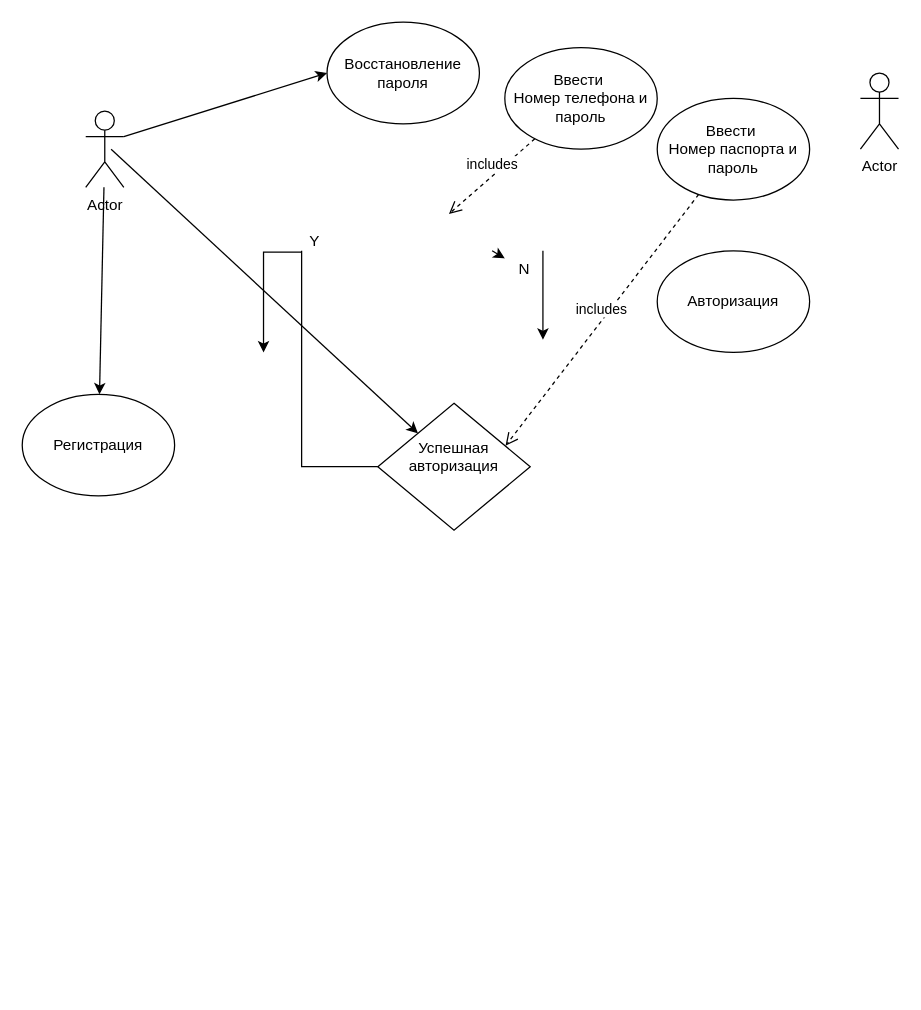
lanouri/AQARogozhina keeps this draw.io diagram as Диаграмма без названия.drawio. Above is the earlier version. Source tidied: cells renumbered, new cells numbered last; positions are measured from the earlier drawing's top-left corner, leaving out a move shared by most shapes. Both pictures are drawn from the tidied source at 127%, with x=0, y=0 at pixel (22, 22).
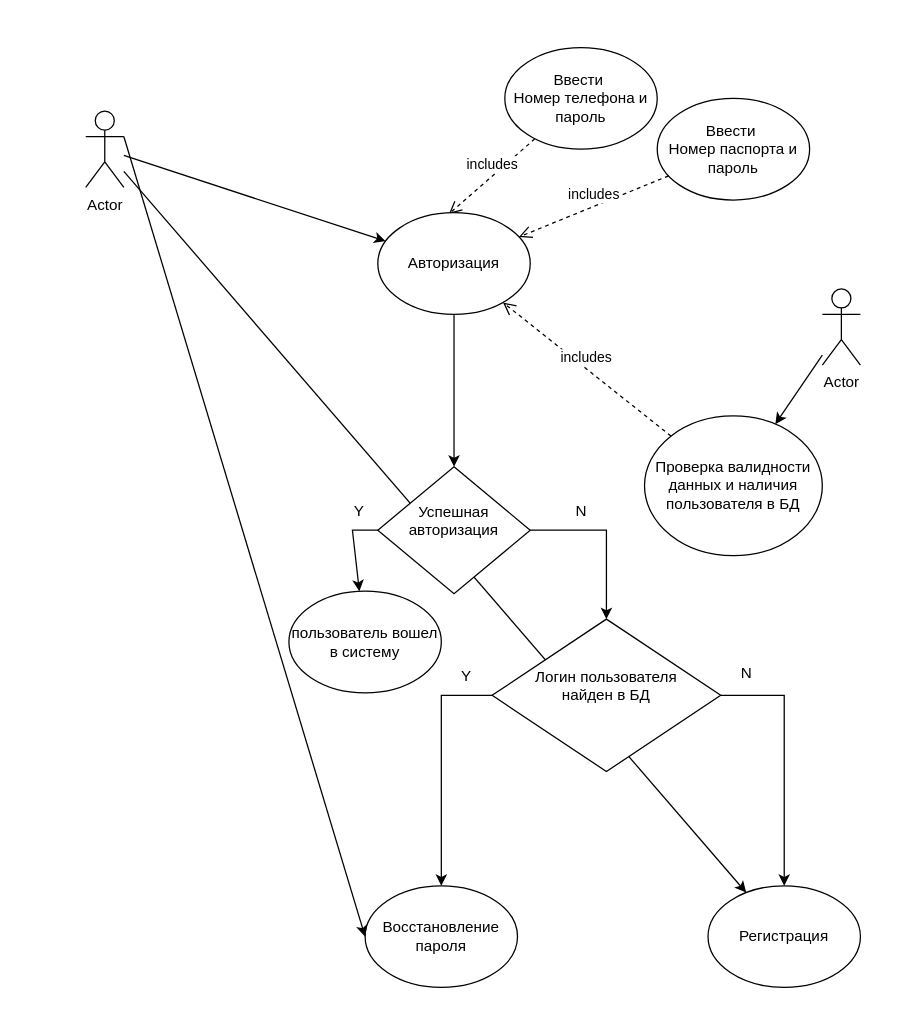
The same page after the edit.

Unchanged cells that the change refers to:
```xml
<mxCell id="2" value="Actor" style="shape=umlActor;verticalLabelPosition=bottom;verticalAlign=top;html=1;outlineConnect=0;" parent="1" vertex="1">
  <mxGeometry x="50" y="70" width="30" height="60" as="geometry" />
</mxCell>
<mxCell id="7" value="Ввести&amp;nbsp;&lt;div&gt;Номер паспорта и пароль&lt;/div&gt;" style="ellipse;whiteSpace=wrap;html=1;" parent="1" vertex="1">
  <mxGeometry x="500" y="60" width="120" height="80" as="geometry" />
</mxCell>
```

Change to the diagram source:
```diff
@@
     <mxCell id="3" value="Actor" style="shape=umlActor;verticalLabelPosition=bottom;verticalAlign=top;html=1;outlineConnect=0;" parent="1" vertex="1">
-      <mxGeometry x="660" y="40" width="30" height="60" as="geometry" />
+      <mxGeometry x="630" y="210" width="30" height="60" as="geometry" />
     </mxCell>
     <mxCell id="4" value="Регистрация" style="ellipse;whiteSpace=wrap;html=1;" parent="1" vertex="1">
-      <mxGeometry y="293" width="120" height="80" as="geometry" />
+      <mxGeometry x="540" y="680" width="120" height="80" as="geometry" />
     </mxCell>
     <mxCell id="5" value="Восстановление пароля" style="ellipse;whiteSpace=wrap;html=1;" parent="1" vertex="1">
-      <mxGeometry x="240" width="120" height="80" as="geometry" />
+      <mxGeometry x="270" y="680" width="120" height="80" as="geometry" />
     </mxCell>
@@
-    <mxCell id="8" style="endArrow=classic;html=1;rounded=0;" parent="1" edge="1" target="14">
-      <mxGeometry relative="1" as="geometry">
-        <mxPoint x="70" y="100" as="sourcePoint" />
-      </mxGeometry>
-    </mxCell>
@@
-    <mxCell id="12" value="includes" style="html=1;verticalAlign=bottom;endArrow=open;dashed=1;endSize=8;curved=0;rounded=0;entryX=0.838;entryY=0.335;entryDx=0;entryDy=0;entryPerimeter=0;" parent="1" edge="1" source="7" target="14">
+    <mxCell id="12" value="includes" style="html=1;verticalAlign=bottom;endArrow=open;dashed=1;endSize=8;curved=0;rounded=0;" parent="1" edge="1" source="7" target="17">
       <mxGeometry relative="1" as="geometry" />
     </mxCell>
-    <mxCell id="13" style="edgeStyle=orthogonalEdgeStyle;rounded=0;jettySize=auto;html=1;exitX=0;exitY=0.5;exitDx=0;exitDy=0;" parent="1" edge="1" source="14">
-      <mxGeometry relative="1" as="geometry">
-        <mxPoint x="190" y="260" as="targetPoint" />
-        <Array as="points">
-          <mxPoint x="220" y="180" />
-          <mxPoint x="220" y="181" />
-          <mxPoint x="190" y="181" />
-          <mxPoint x="190" y="240" />
-        </Array>
-      </mxGeometry>
-    </mxCell>
     <mxCell id="14" value="Успешная авторизация&lt;div&gt;&lt;br&gt;&lt;/div&gt;" style="rhombus;whiteSpace=wrap;html=1;" parent="1" vertex="1">
-      <mxGeometry x="280" y="300" width="120" height="100" as="geometry" />
+      <mxGeometry x="280" y="350" width="120" height="100" as="geometry" />
     </mxCell>
-    <mxCell id="15" style="endArrow=classic;html=1;rounded=0;" parent="1" edge="1" source="19">
-      <mxGeometry relative="1" as="geometry">
-        <mxPoint x="410" y="250" as="targetPoint" />
-        <Array as="points">
-          <mxPoint x="410" y="180" />
-        </Array>
-      </mxGeometry>
-    </mxCell>
     <mxCell id="16" value="Y" style="text;html=1;align=center;verticalAlign=middle;strokeColor=none;fillColor=none;" parent="1" vertex="1">
-      <mxGeometry x="215" y="158" width="30" height="30" as="geometry" />
+      <mxGeometry x="250" y="370" width="30" height="30" as="geometry" />
     </mxCell>
     <mxCell id="17" value="Авторизация" style="ellipse;whiteSpace=wrap;html=1;" parent="1" vertex="1">
-      <mxGeometry x="500" y="180" width="120" height="80" as="geometry" />
+      <mxGeometry x="280" y="150" width="120" height="80" as="geometry" />
     </mxCell>
-    <mxCell id="18" style="endArrow=classic;html=1;rounded=0;" parent="1" edge="1" target="19">
-      <mxGeometry relative="1" as="geometry">
-        <mxPoint x="370" y="180" as="sourcePoint" />
-      </mxGeometry>
-    </mxCell>
     <mxCell id="19" value="N" style="text;html=1;align=center;verticalAlign=middle;points=[];strokeColor=none;fillColor=none;" parent="1" vertex="1">
-      <mxGeometry x="380" y="180" width="30" height="30" as="geometry" />
+      <mxGeometry x="425" y="370" width="30" height="30" as="geometry" />
     </mxCell>
+    <mxCell id="20" value="Проверка валидности данных и наличия пользователя в БД" style="ellipse;whiteSpace=wrap;html=1;" parent="1" vertex="1">
+      <mxGeometry x="490" y="310" width="140" height="110" as="geometry" />
+    </mxCell>
+    <mxCell id="21" style="endArrow=classic;html=1;rounded=0;" parent="1" edge="1" source="3" target="20">
+      <mxGeometry relative="1" as="geometry" />
+    </mxCell>
+    <mxCell id="22" value="includes" style="html=1;verticalAlign=bottom;endArrow=open;dashed=1;endSize=8;curved=0;rounded=0;" parent="1" edge="1" source="20" target="17">
+      <mxGeometry relative="1" as="geometry" />
+    </mxCell>
+    <mxCell id="23" style="endArrow=classic;html=1;rounded=0;" parent="1" edge="1" source="17" target="14">
+      <mxGeometry relative="1" as="geometry" />
+    </mxCell>
+    <mxCell id="24" style="endArrow=classic;html=1;rounded=0;" parent="1" edge="1">
+      <mxGeometry relative="1" as="geometry">
+        <mxPoint x="400" y="400" as="sourcePoint" />
+        <mxPoint x="460" y="470" as="targetPoint" />
+        <Array as="points">
+          <mxPoint x="460" y="400" />
+        </Array>
+      </mxGeometry>
+    </mxCell>
+    <mxCell id="25" style="endArrow=classic;html=1;rounded=0;exitX=0;exitY=0.5;exitDx=0;exitDy=0;" parent="1" edge="1" source="14" target="26">
+      <mxGeometry relative="1" as="geometry">
+        <Array as="points">
+          <mxPoint x="260" y="400" />
+        </Array>
+      </mxGeometry>
+    </mxCell>
+    <mxCell id="26" value="пользователь вошел в систему" style="ellipse;whiteSpace=wrap;html=1;" parent="1" vertex="1">
+      <mxGeometry x="210" y="448" width="120" height="80" as="geometry" />
+    </mxCell>
+    <mxCell id="27" value="Логин пользователя &lt;br&gt;найден в БД&lt;div&gt;&lt;br&gt;&lt;/div&gt;" style="rhombus;whiteSpace=wrap;html=1;" parent="1" vertex="1">
+      <mxGeometry x="370" y="470" width="180" height="120" as="geometry" />
+    </mxCell>
+    <mxCell id="28" style="endArrow=classic;html=1;rounded=0;exitX=0;exitY=0.5;exitDx=0;exitDy=0;entryX=0.5;entryY=0;entryDx=0;entryDy=0;" parent="1" edge="1" source="27" target="5">
+      <mxGeometry relative="1" as="geometry">
+        <Array as="points">
+          <mxPoint x="330" y="530" />
+        </Array>
+      </mxGeometry>
+    </mxCell>
+    <mxCell id="29" value="Y" style="text;html=1;align=center;verticalAlign=middle;whiteSpace=wrap;rounded=0;" parent="1" vertex="1">
+      <mxGeometry x="320" y="500" width="60" height="30" as="geometry" />
+    </mxCell>
+    <mxCell id="30" style="endArrow=classic;html=1;rounded=0;exitX=1;exitY=0.5;exitDx=0;exitDy=0;" parent="1" edge="1" source="27" target="4">
+      <mxGeometry relative="1" as="geometry">
+        <Array as="points">
+          <mxPoint x="600" y="530" />
+        </Array>
+      </mxGeometry>
+    </mxCell>
+    <mxCell id="31" value="N" style="text;html=1;align=center;verticalAlign=middle;strokeColor=none;fillColor=none;" parent="1" vertex="1">
+      <mxGeometry x="555" y="498" width="30" height="30" as="geometry" />
+    </mxCell>
+    <mxCell id="32" style="endArrow=classic;html=1;rounded=0;" parent="1" edge="1" source="2" target="17">
+      <mxGeometry relative="1" as="geometry" />
+    </mxCell>
```
